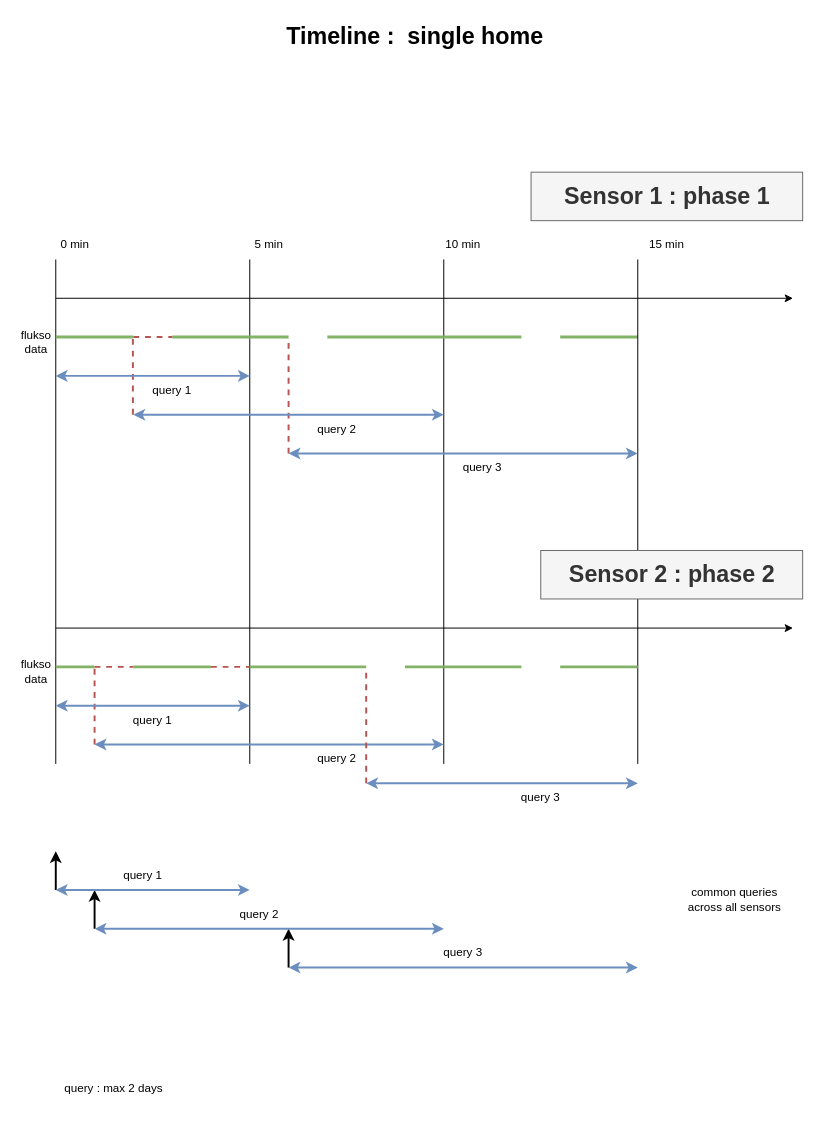
Above: page "timeline_raw" (10 of 12) of documentation/documentation_diagrams.drawio in AlexandreHnf/Voisin-d-energie-ULB (draw.io), before the change. Source tidied: cells renumbered, new cells numbered last; positions are measured from the earlier drawing's top-left corner, leaving out a move shared by most shapes. Both pictures are drawn from the tidied source at 97%, with x=0, y=0 at pixel (16, 16).
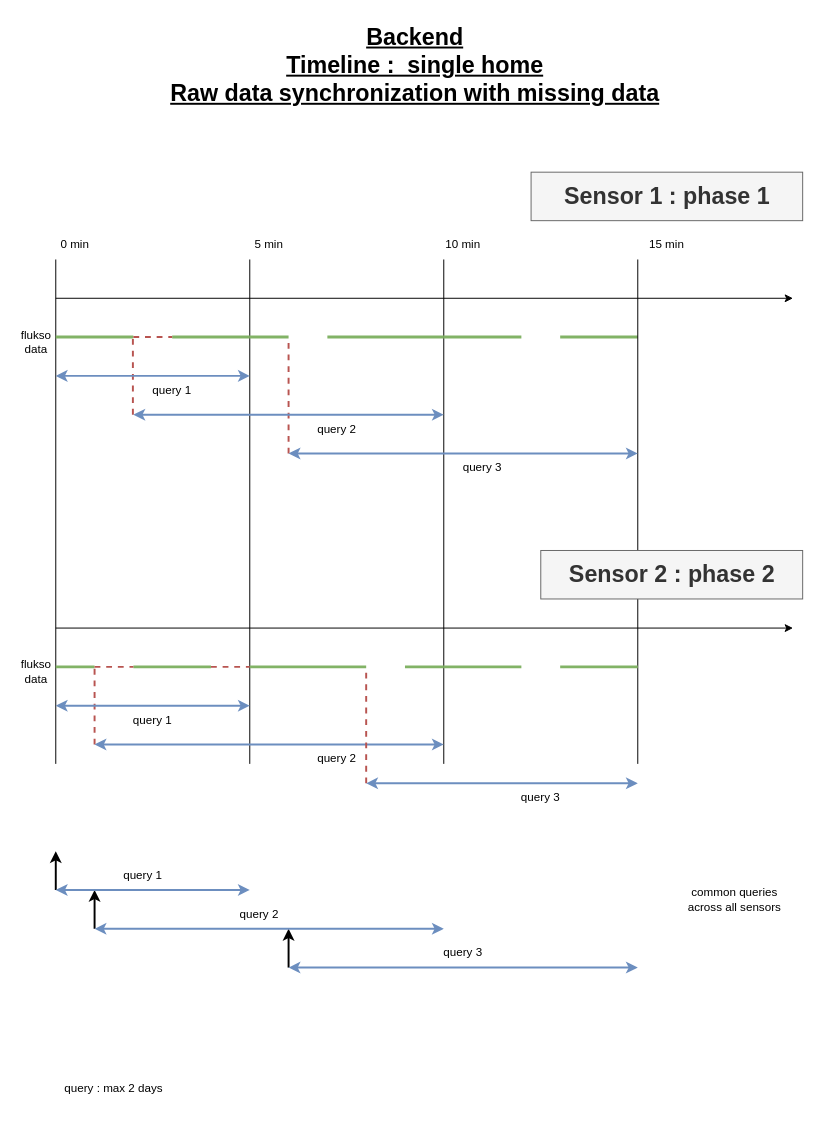
Above is the later version.

Commit message (it also covers changes not shown here):
doc : update timeline doc (raw, config & recompute

What changed in the source:
```diff
@@
-    <mxCell id="20" value="Timeline :&amp;nbsp; single home" style="text;strokeColor=none;fillColor=none;html=1;fontSize=24;fontStyle=1;verticalAlign=middle;align=center;" parent="1" vertex="1">
-      <mxGeometry x="280" width="260" height="40" as="geometry" />
+    <mxCell id="20" value="&lt;div&gt;Backend &lt;br&gt;&lt;/div&gt;&lt;div&gt;Timeline :&amp;nbsp; single home&lt;/div&gt;&lt;div&gt;Raw data synchronization with missing data&lt;br&gt;&lt;/div&gt;" style="text;strokeColor=none;fillColor=none;html=1;fontSize=24;fontStyle=5;verticalAlign=middle;align=center;" parent="1" vertex="1">
+      <mxGeometry x="280" y="30" width="260" height="40" as="geometry" />
     </mxCell>
```
